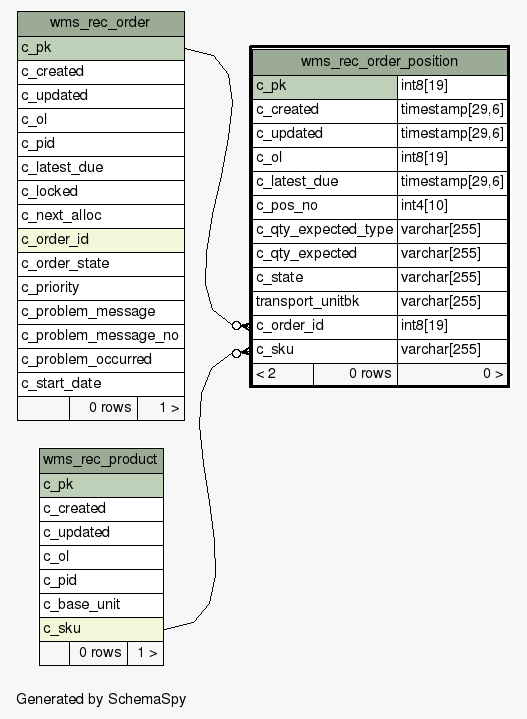
Before: schemaspy/diagrams/wms_rec_order_position.1degree.png, a diagram exported from Graphviz (openwms/org.openwms.wms.receiving.lib). Its source is kept beside it as schemaspy/diagrams/wms_rec_order_position.1degree.dot.
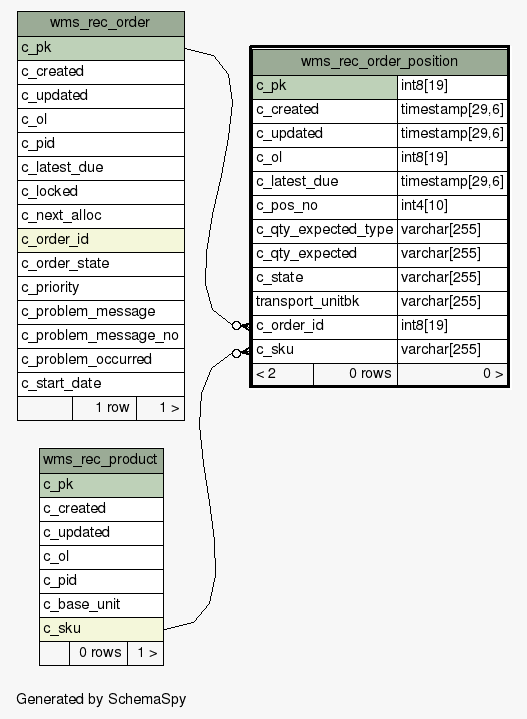
The same diagram one commit later.

Diff of the diagram source:
```diff
@@ -38,7 +38,7 @@
       <TR><TD PORT="c_problem_message_no" COLSPAN="3" ALIGN="LEFT">c_problem_message_no</TD></TR>
       <TR><TD PORT="c_problem_occurred" COLSPAN="3" ALIGN="LEFT">c_problem_occurred</TD></TR>
       <TR><TD PORT="c_start_date" COLSPAN="3" ALIGN="LEFT">c_start_date</TD></TR>
-      <TR><TD ALIGN="LEFT" BGCOLOR="#f7f7f7">  </TD><TD ALIGN="RIGHT" BGCOLOR="#f7f7f7">0 rows</TD><TD ALIGN="RIGHT" BGCOLOR="#f7f7f7">1 &gt;</TD></TR>
+      <TR><TD ALIGN="LEFT" BGCOLOR="#f7f7f7">  </TD><TD ALIGN="RIGHT" BGCOLOR="#f7f7f7">1 row</TD><TD ALIGN="RIGHT" BGCOLOR="#f7f7f7">1 &gt;</TD></TR>
     </TABLE>>
     URL="wms_rec_order.html"
     tooltip="wms_rec_order"
```
